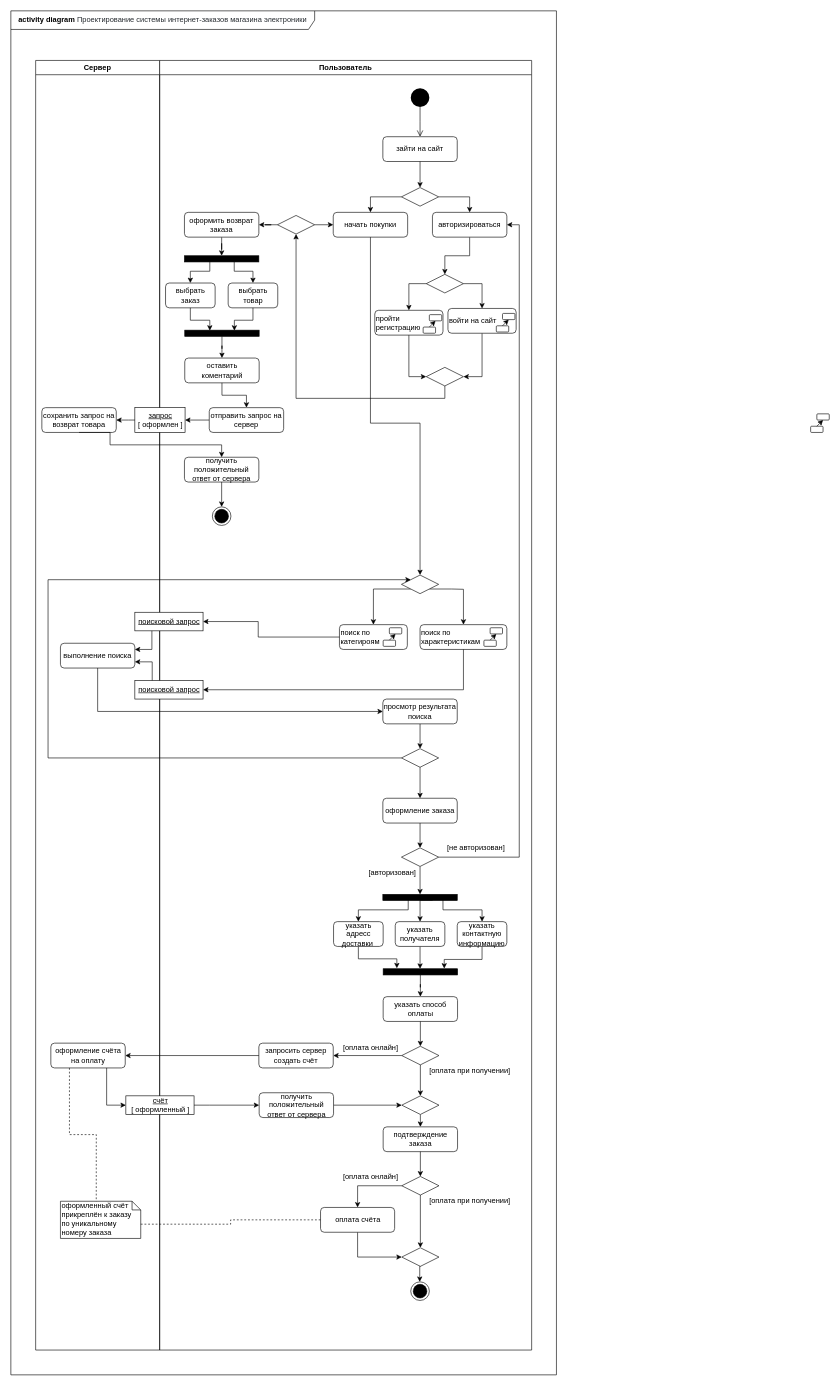
The draw.io diagram activity.drawio in randomunrandom/MSS, before the edit. Source tidied: cells renumbered, new cells numbered last; positions are measured from the earlier drawing's top-left corner, leaving out a move shared by most shapes. Both pictures are drawn from the tidied source at 62%, with x=0, y=0 at pixel (11, 11).
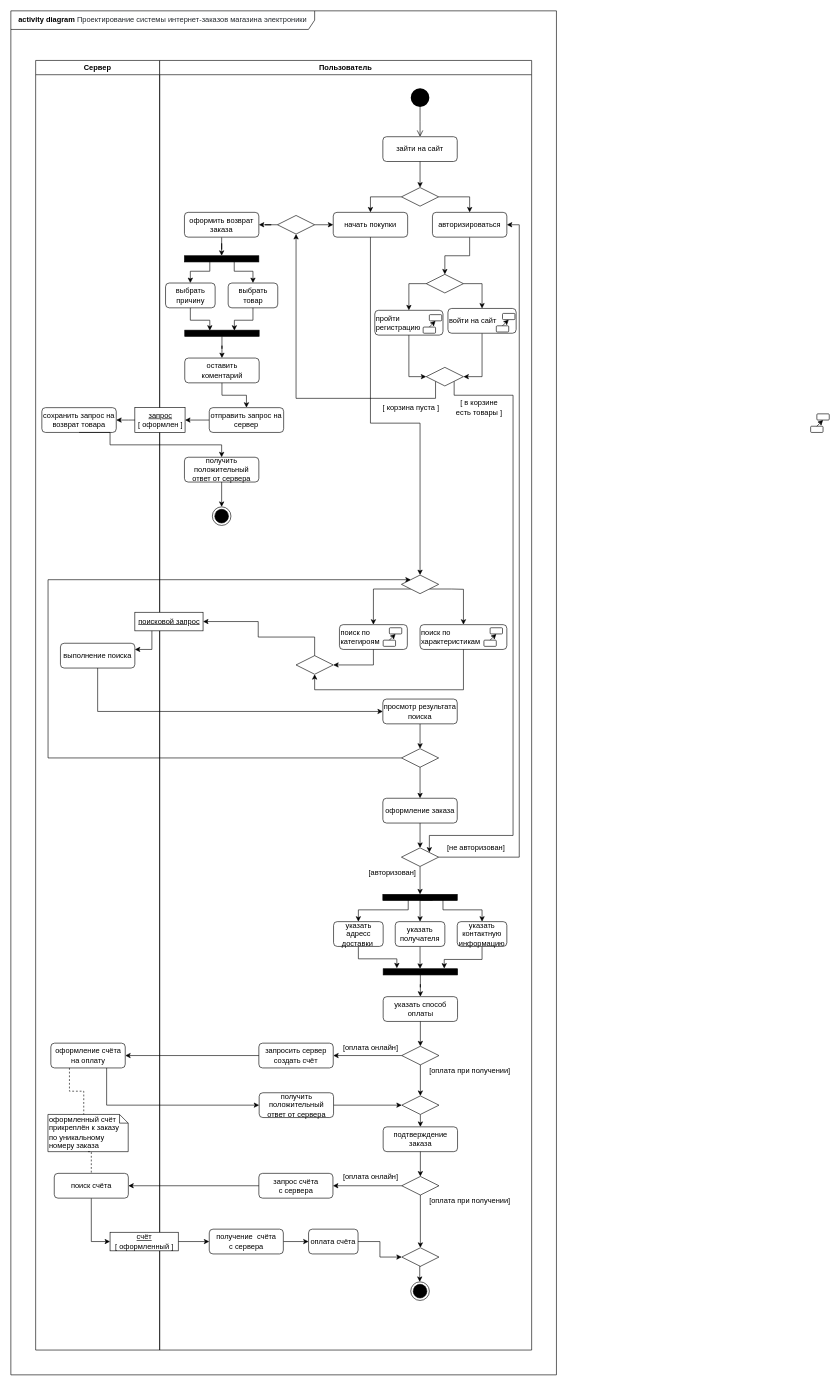
The same diagram, later.

The change refers to these unchanged cells:
```xml
<mxCell id="3" value="Сервер" style="swimlane;whiteSpace=wrap;" parent="1" vertex="1">
  <mxGeometry x="40" y="80" width="200" height="2080" as="geometry" />
</mxCell>
<mxCell id="4" value="выполнение поиска" style="rounded=1;whiteSpace=wrap;html=1;fontFamily=Helvetica;fontSize=12;fontColor=#000000;align=center;strokeColor=#000000;fillColor=#ffffff;" parent="3" vertex="1">
  <mxGeometry x="40" y="940" width="120" height="40" as="geometry" />
</mxCell>
<mxCell id="5" value="оформление счёта на оплату" style="rounded=1;whiteSpace=wrap;html=1;fontFamily=Helvetica;fontSize=12;fontColor=#000000;align=center;strokeColor=#000000;fillColor=#ffffff;" parent="3" vertex="1">
  <mxGeometry x="24.5" y="1585" width="120" height="40" as="geometry" />
</mxCell>
<mxCell id="9" value="Пользователь" style="swimlane;whiteSpace=wrap;" parent="1" vertex="1">
  <mxGeometry x="240" y="80" width="600" height="2080" as="geometry" />
</mxCell>
<mxCell id="30" style="rhombus;whiteSpace=wrap;html=1;strokeColor=#000000;strokeWidth=1;fillColor=#FFFFFF;" parent="9" vertex="1">
  <mxGeometry x="430" y="495" width="60" height="30" as="geometry" />
</mxCell>
<mxCell id="31" value="поиск по&lt;br&gt;категироям" style="rounded=1;whiteSpace=wrap;html=1;fontFamily=Helvetica;fontSize=12;fontColor=#000000;align=left;strokeColor=#000000;fillColor=#ffffff;" parent="9" vertex="1">
  <mxGeometry x="290" y="910" width="109.5" height="40" as="geometry" />
</mxCell>
<mxCell id="32" value="поиск по&lt;br&gt;характеристикам" style="rounded=1;whiteSpace=wrap;html=1;fontFamily=Helvetica;fontSize=12;fontColor=#000000;align=left;strokeColor=#000000;fillColor=#ffffff;" parent="9" vertex="1">
  <mxGeometry x="420" y="910" width="140" height="40" as="geometry" />
</mxCell>
<mxCell id="52" style="rhombus;whiteSpace=wrap;html=1;strokeColor=#000000;strokeWidth=1;fillColor=#FFFFFF;" parent="9" vertex="1">
  <mxGeometry x="390" y="1270" width="60" height="30" as="geometry" />
</mxCell>
<mxCell id="63" style="rhombus;whiteSpace=wrap;html=1;strokeColor=#000000;strokeWidth=1;fillColor=#FFFFFF;" parent="9" vertex="1">
  <mxGeometry x="390.5" y="1800" width="60" height="30" as="geometry" />
</mxCell>
<mxCell id="70" style="rhombus;whiteSpace=wrap;html=1;strokeColor=#000000;strokeWidth=1;fillColor=#FFFFFF;" parent="9" vertex="1">
  <mxGeometry x="190" y="250" width="60" height="30" as="geometry" />
</mxCell>
<mxCell id="85" style="rhombus;whiteSpace=wrap;html=1;strokeColor=#000000;strokeWidth=1;fillColor=#FFFFFF;" parent="9" vertex="1">
  <mxGeometry x="390.5" y="1915" width="60" height="30" as="geometry" />
</mxCell>
<mxCell id="98" value="получить положительный ответ от сервера" style="rounded=1;whiteSpace=wrap;html=1;fontFamily=Helvetica;fontSize=12;fontColor=#000000;align=center;strokeColor=#000000;fillColor=#ffffff;" parent="9" vertex="1">
  <mxGeometry x="160.5" y="1665" width="120" height="40" as="geometry" />
</mxCell>
<mxCell id="100" value="&lt;u&gt;поисковой запрос&lt;/u&gt;" style="html=1;strokeColor=#000000;" parent="9" vertex="1">
  <mxGeometry x="-40" y="890" width="110" height="30" as="geometry" />
</mxCell>
```

What changed in the source:
```diff
@@
     <mxCell id="7" value="оформленный счёт прикреплён к заказу по уникальному номеру заказа" style="shape=note;whiteSpace=wrap;html=1;size=14;verticalAlign=top;align=left;spacingTop=-6;" parent="3" vertex="1">
-      <mxGeometry x="40" y="1840" width="129.5" height="60" as="geometry" />
+      <mxGeometry x="19.8" y="1700" width="129.5" height="60" as="geometry" />
     </mxCell>
@@
-    <mxCell id="29" style="edgeStyle=orthogonalEdgeStyle;rounded=0;jettySize=auto;html=1;exitX=0.5;exitY=1;exitDx=0;exitDy=0;entryX=0.5;entryY=1;entryDx=0;entryDy=0;" parent="9" edge="1" source="30" target="70">
+    <mxCell id="29" style="edgeStyle=orthogonalEdgeStyle;rounded=0;jettySize=auto;html=1;exitX=0;exitY=1;exitDx=0;exitDy=0;entryX=0.5;entryY=1;entryDx=0;entryDy=0;" parent="9" edge="1" source="30" target="70">
       <mxGeometry relative="1" as="geometry">
         <Array as="points">
-          <mxPoint x="460" y="545" />
+          <mxPoint x="445" y="545" />
           <mxPoint x="220" y="545" />
         </Array>
       </mxGeometry>
     </mxCell>
+    <mxCell id="134" style="edgeStyle=orthogonalEdgeStyle;rounded=0;jettySize=auto;html=1;exitX=1;exitY=1;exitDx=0;exitDy=0;entryX=1;entryY=0;entryDx=0;entryDy=0;strokeColor=#000000;" parent="9" edge="1" source="30" target="52">
+      <mxGeometry relative="1" as="geometry">
+        <Array as="points">
+          <mxPoint x="475" y="540" />
+          <mxPoint x="570" y="540" />
+          <mxPoint x="570" y="1250" />
+          <mxPoint x="435" y="1250" />
+        </Array>
+      </mxGeometry>
+    </mxCell>
@@
-    <mxCell id="61" style="edgeStyle=orthogonalEdgeStyle;rounded=0;jettySize=auto;html=1;strokeColor=#000000;entryX=0.5;entryY=0;entryDx=0;entryDy=0;exitX=0;exitY=0.5;exitDx=0;exitDy=0;" parent="9" edge="1" source="63" target="68">
+    <mxCell id="61" style="edgeStyle=orthogonalEdgeStyle;rounded=0;jettySize=auto;html=1;strokeColor=#000000;entryX=1;entryY=0.5;entryDx=0;entryDy=0;exitX=0;exitY=0.5;exitDx=0;exitDy=0;" parent="9" edge="1" source="63" target="68">
       <mxGeometry relative="1" as="geometry" />
     </mxCell>
@@
-    <mxCell id="67" style="edgeStyle=orthogonalEdgeStyle;rounded=0;jettySize=auto;html=1;exitX=0.5;exitY=1;exitDx=0;exitDy=0;endArrow=classic;endFill=1;strokeColor=#000000;entryX=0;entryY=0.5;entryDx=0;entryDy=0;" parent="9" edge="1" source="68" target="85">
-      <mxGeometry relative="1" as="geometry" />
-    </mxCell>
-    <mxCell id="68" value="оплата счёта" style="rounded=1;whiteSpace=wrap;html=1;fontFamily=Helvetica;fontSize=12;fontColor=#000000;align=center;strokeColor=#000000;fillColor=#ffffff;" parent="9" vertex="1">
-      <mxGeometry x="259.5" y="1850" width="119.5" height="40" as="geometry" />
+    <mxCell id="68" value="запрос счёта&lt;br&gt;с сервера" style="rounded=1;whiteSpace=wrap;html=1;fontFamily=Helvetica;fontSize=12;fontColor=#000000;align=center;strokeColor=#000000;fillColor=#ffffff;" parent="9" vertex="1">
+      <mxGeometry x="160" y="1795" width="119.5" height="40" as="geometry" />
     </mxCell>
@@
-    <mxCell id="75" value="выбрать заказ" style="rounded=1;whiteSpace=wrap;html=1;fontFamily=Helvetica;fontSize=12;fontColor=#000000;align=center;strokeColor=#000000;fillColor=#ffffff;" parent="9" vertex="1">
+    <mxCell id="75" value="выбрать причину" style="rounded=1;whiteSpace=wrap;html=1;fontFamily=Helvetica;fontSize=12;fontColor=#000000;align=center;strokeColor=#000000;fillColor=#ffffff;" parent="9" vertex="1">
       <mxGeometry x="9.5" y="359" width="80" height="40" as="geometry" />
     </mxCell>
@@
-    <mxCell id="101" style="edgeStyle=orthogonalEdgeStyle;rounded=0;jettySize=auto;html=1;exitX=0;exitY=0.5;exitDx=0;exitDy=0;strokeColor=#000000;entryX=1;entryY=0.5;entryDx=0;entryDy=0;" parent="9" edge="1" source="31" target="100">
-      <mxGeometry relative="1" as="geometry">
-        <Array as="points">
-          <mxPoint x="159" y="930" />
-          <mxPoint x="159" y="905" />
-        </Array>
-      </mxGeometry>
-    </mxCell>
-    <mxCell id="102" value="&lt;u&gt;поисковой запрос&lt;/u&gt;" style="html=1;strokeColor=#000000;" parent="9" vertex="1">
-      <mxGeometry x="-40" y="1000" width="110" height="30" as="geometry" />
-    </mxCell>
-    <mxCell id="103" style="edgeStyle=orthogonalEdgeStyle;rounded=0;jettySize=auto;html=1;exitX=0.5;exitY=1;exitDx=0;exitDy=0;strokeColor=#000000;entryX=1;entryY=0.5;entryDx=0;entryDy=0;" parent="9" edge="1" source="32" target="102">
-      <mxGeometry relative="1" as="geometry">
-        <Array as="points">
-          <mxPoint x="490" y="1015" />
-        </Array>
-      </mxGeometry>
-    </mxCell>
-    <mxCell id="104" value="&lt;u&gt;счёт&lt;/u&gt;&lt;br&gt;[ оформленный ]" style="html=1;strokeColor=#000000;" parent="9" vertex="1">
-      <mxGeometry x="-54.5" y="1670" width="110" height="30" as="geometry" />
-    </mxCell>
-    <mxCell id="105" style="edgeStyle=orthogonalEdgeStyle;rounded=0;jettySize=auto;html=1;strokeColor=#000000;entryX=0;entryY=0.5;entryDx=0;entryDy=0;exitX=1;exitY=0.5;exitDx=0;exitDy=0;" parent="9" edge="1" source="104" target="98">
-      <mxGeometry relative="1" as="geometry">
-        <Array as="points">
-          <mxPoint x="80" y="1685" />
-          <mxPoint x="80" y="1685" />
-        </Array>
-      </mxGeometry>
-    </mxCell>
@@
-    <mxCell id="120" style="edgeStyle=orthogonalEdgeStyle;rounded=0;jettySize=auto;html=1;strokeColor=#000000;entryX=1;entryY=0.75;entryDx=0;entryDy=0;" parent="1" edge="1" target="4">
-      <mxGeometry relative="1" as="geometry">
-        <mxPoint x="228" y="1080" as="sourcePoint" />
-        <Array as="points">
-          <mxPoint x="228" y="1050" />
-        </Array>
-      </mxGeometry>
-    </mxCell>
@@
-    <mxCell id="126" style="edgeStyle=orthogonalEdgeStyle;rounded=0;jettySize=auto;html=1;exitX=0;exitY=0;exitDx=129.5;exitDy=36.995000000000005;entryX=0;entryY=0.5;entryDx=0;entryDy=0;strokeColor=#000000;dashed=1;endArrow=none;endFill=0;exitPerimeter=0;" parent="1" edge="1" source="7" target="68">
+    <mxCell id="126" style="edgeStyle=orthogonalEdgeStyle;rounded=0;jettySize=auto;html=1;exitX=0.5;exitY=1;exitDx=0;exitDy=0;strokeColor=#000000;dashed=1;endArrow=none;endFill=0;exitPerimeter=0;entryX=0.5;entryY=0;entryDx=0;entryDy=0;" parent="1" edge="1" source="7" target="140">
       <mxGeometry relative="1" as="geometry" />
     </mxCell>
-    <mxCell id="127" style="edgeStyle=orthogonalEdgeStyle;rounded=0;jettySize=auto;html=1;strokeColor=#000000;exitX=0.75;exitY=1;exitDx=0;exitDy=0;entryX=0;entryY=0.5;entryDx=0;entryDy=0;" parent="1" edge="1" source="5" target="104">
+    <mxCell id="127" style="edgeStyle=orthogonalEdgeStyle;rounded=0;jettySize=auto;html=1;strokeColor=#000000;exitX=0.75;exitY=1;exitDx=0;exitDy=0;entryX=0;entryY=0.5;entryDx=0;entryDy=0;" parent="1" edge="1" source="5" target="98">
       <mxGeometry relative="1" as="geometry" />
     </mxCell>
@@
+    <mxCell id="135" style="rhombus;whiteSpace=wrap;html=1;strokeColor=#000000;strokeWidth=1;fillColor=#FFFFFF;" parent="1" vertex="1">
+      <mxGeometry x="460" y="1040" width="60" height="30" as="geometry" />
+    </mxCell>
+    <mxCell id="103" style="edgeStyle=orthogonalEdgeStyle;rounded=0;jettySize=auto;html=1;exitX=0.5;exitY=1;exitDx=0;exitDy=0;strokeColor=#000000;entryX=0.5;entryY=1;entryDx=0;entryDy=0;" parent="1" edge="1" source="32" target="135">
+      <mxGeometry relative="1" as="geometry">
+        <Array as="points">
+          <mxPoint x="730" y="1095" />
+          <mxPoint x="490" y="1095" />
+        </Array>
+      </mxGeometry>
+    </mxCell>
+    <mxCell id="136" style="rounded=0;jettySize=auto;html=1;exitX=0.5;exitY=1;exitDx=0;exitDy=0;entryX=1;entryY=0.5;entryDx=0;entryDy=0;strokeColor=#000000;edgeStyle=orthogonalEdgeStyle;" parent="1" edge="1" source="31" target="135">
+      <mxGeometry relative="1" as="geometry" />
+    </mxCell>
+    <mxCell id="101" style="edgeStyle=orthogonalEdgeStyle;rounded=0;jettySize=auto;html=1;exitX=0.5;exitY=0;exitDx=0;exitDy=0;strokeColor=#000000;entryX=1;entryY=0.5;entryDx=0;entryDy=0;" parent="1" edge="1" source="135" target="100">
+      <mxGeometry relative="1" as="geometry">
+        <Array as="points">
+          <mxPoint x="490" y="1010" />
+          <mxPoint x="399" y="1010" />
+          <mxPoint x="399" y="985" />
+        </Array>
+      </mxGeometry>
+    </mxCell>
+    <mxCell id="137" value="[ корзина пуста ]" style="text;html=1;align=center;verticalAlign=middle;" parent="1" vertex="1">
+      <mxGeometry x="590" y="630" width="110" height="20" as="geometry" />
+    </mxCell>
+    <mxCell id="138" value="[ в корзине&lt;br&gt;есть товары ]" style="text;html=1;align=center;verticalAlign=middle;" parent="1" vertex="1">
+      <mxGeometry x="710" y="625" width="90" height="30" as="geometry" />
+    </mxCell>
+    <mxCell id="139" style="edgeStyle=orthogonalEdgeStyle;rounded=0;jettySize=auto;html=1;exitX=0.5;exitY=1;exitDx=0;exitDy=0;entryX=0;entryY=0.5;entryDx=0;entryDy=0;strokeColor=#000000;" parent="1" edge="1" source="140" target="104">
+      <mxGeometry relative="1" as="geometry" />
+    </mxCell>
+    <mxCell id="140" value="поиск счёта" style="rounded=1;whiteSpace=wrap;html=1;fontFamily=Helvetica;fontSize=12;fontColor=#000000;align=center;strokeColor=#000000;fillColor=#ffffff;" parent="1" vertex="1">
+      <mxGeometry x="70" y="1875" width="119.5" height="40" as="geometry" />
+    </mxCell>
+    <mxCell id="141" style="edgeStyle=orthogonalEdgeStyle;rounded=0;jettySize=auto;html=1;strokeColor=#000000;" parent="1" edge="1" source="68" target="140">
+      <mxGeometry relative="1" as="geometry" />
+    </mxCell>
+    <mxCell id="142" style="edgeStyle=orthogonalEdgeStyle;rounded=0;jettySize=auto;html=1;strokeColor=#000000;entryX=0;entryY=0.5;entryDx=0;entryDy=0;" parent="1" edge="1" source="104" target="144">
+      <mxGeometry relative="1" as="geometry" />
+    </mxCell>
+    <mxCell id="104" value="&lt;u&gt;счёт&lt;/u&gt;&lt;br&gt;[ оформленный ]" style="html=1;strokeColor=#000000;" parent="1" vertex="1">
+      <mxGeometry x="160" y="1970" width="110" height="30" as="geometry" />
+    </mxCell>
+    <mxCell id="143" style="edgeStyle=orthogonalEdgeStyle;rounded=0;jettySize=auto;html=1;strokeColor=#000000;" parent="1" edge="1" source="144" target="145">
+      <mxGeometry relative="1" as="geometry" />
+    </mxCell>
+    <mxCell id="144" value="получение&amp;nbsp;&amp;nbsp;счёта&lt;br&gt;с сервера" style="rounded=1;whiteSpace=wrap;html=1;fontFamily=Helvetica;fontSize=12;fontColor=#000000;align=center;strokeColor=#000000;fillColor=#ffffff;" parent="1" vertex="1">
+      <mxGeometry x="320" y="1965" width="119.5" height="40" as="geometry" />
+    </mxCell>
+    <mxCell id="145" value="оплата счёта" style="rounded=1;whiteSpace=wrap;html=1;fontFamily=Helvetica;fontSize=12;fontColor=#000000;align=center;strokeColor=#000000;fillColor=#ffffff;" parent="1" vertex="1">
+      <mxGeometry x="480.2" y="1965" width="79.8" height="40" as="geometry" />
+    </mxCell>
+    <mxCell id="67" style="edgeStyle=orthogonalEdgeStyle;rounded=0;jettySize=auto;html=1;endArrow=classic;endFill=1;strokeColor=#000000;entryX=0;entryY=0.5;entryDx=0;entryDy=0;exitX=1;exitY=0.5;exitDx=0;exitDy=0;" parent="1" edge="1" source="145" target="85">
+      <mxGeometry relative="1" as="geometry" />
+    </mxCell>
```
